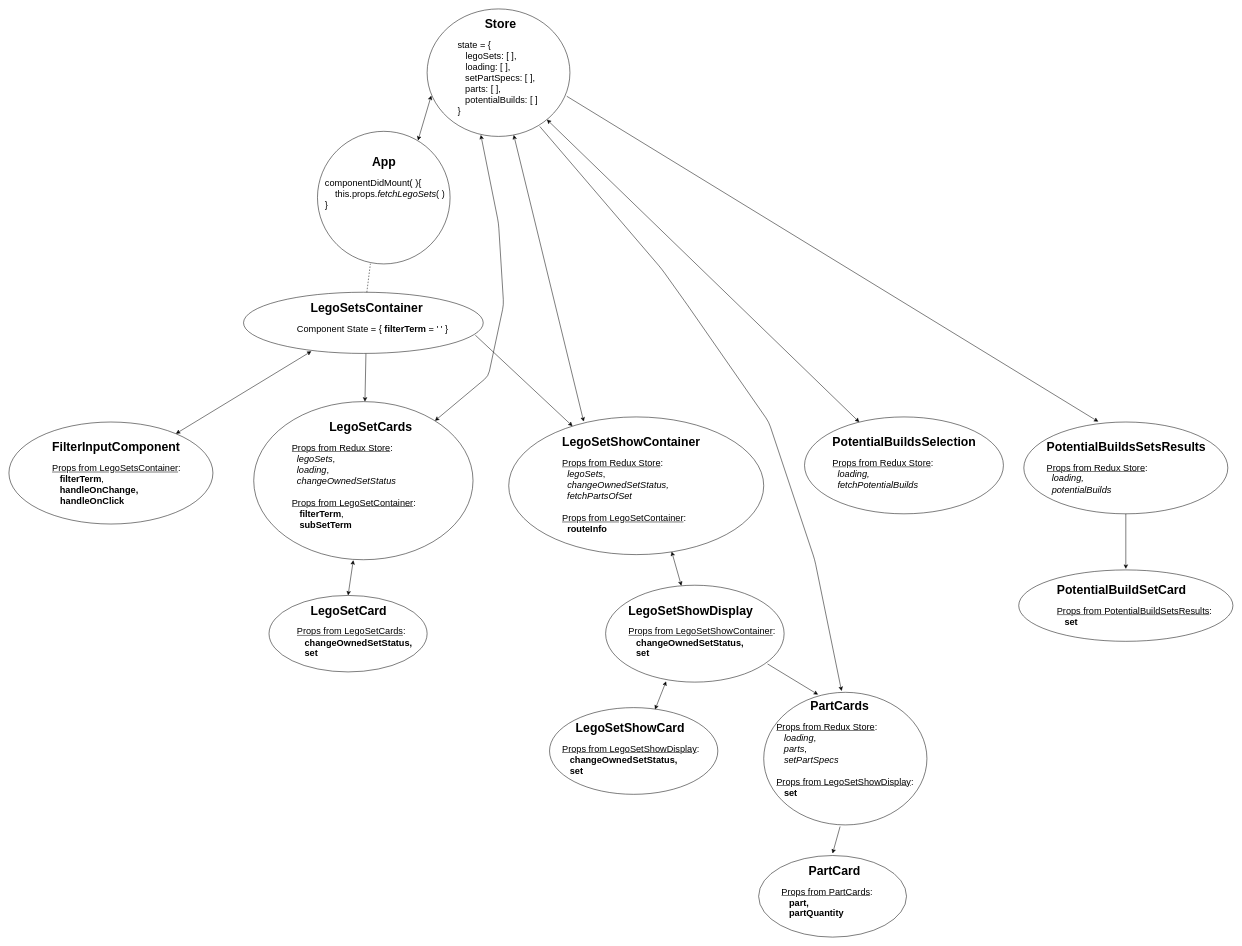
The draw.io diagram StateTreeDiagram.drawio in DavidRMorphew/my-bricks-app-frontend, before the edit. Source tidied: cells renumbered, new cells numbered last; positions are measured from the earlier drawing's top-left corner, leaving out a move shared by most shapes. Both pictures are drawn from the tidied source at 51%, with x=0, y=0 at pixel (9, 9).
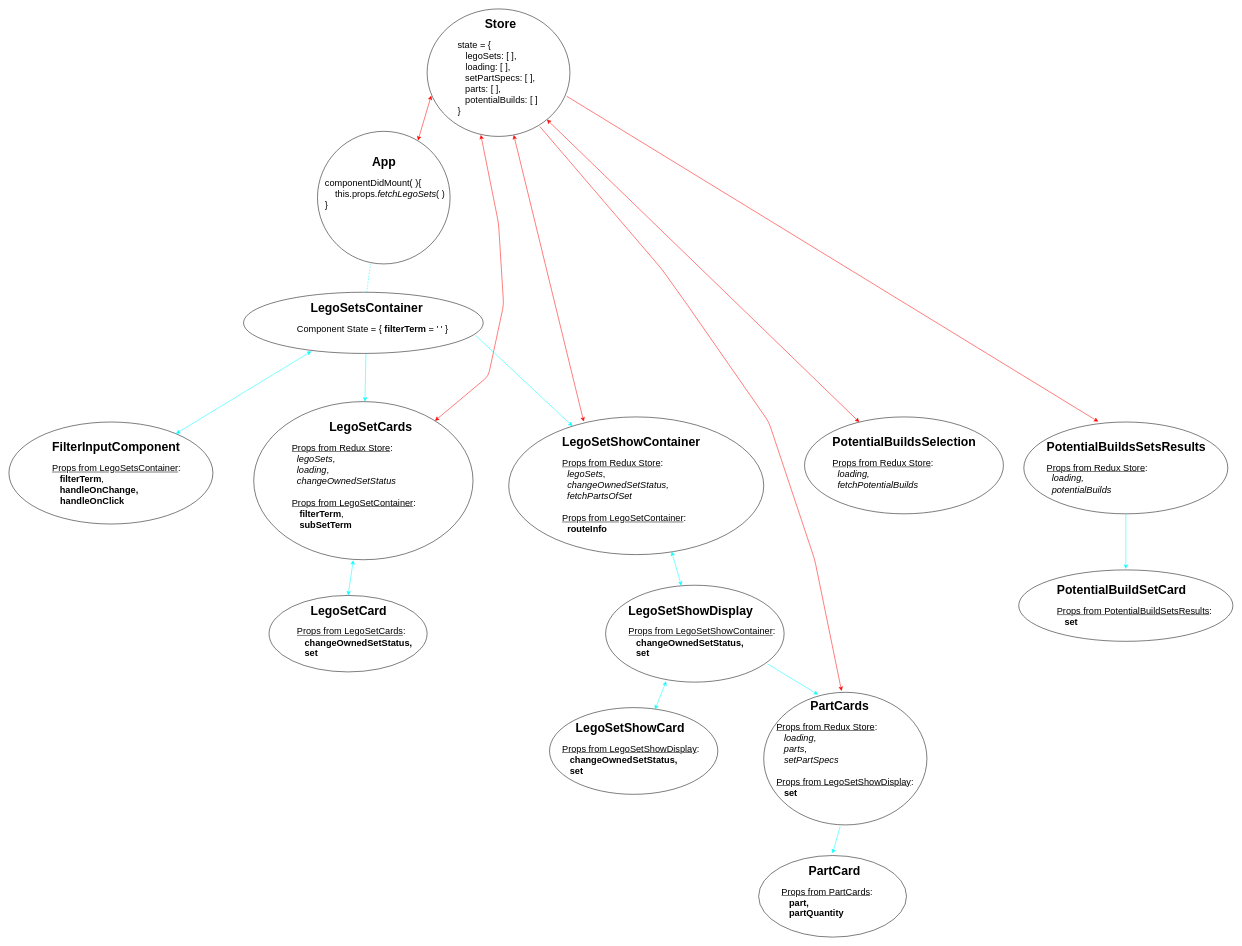
Above is the later version.

The change refers to these unchanged cells:
```xml
<mxCell id="2" style="ellipse;whiteSpace=wrap;html=1;" parent="1" vertex="1">
  <mxGeometry x="820" width="280" height="250" as="geometry" />
</mxCell>
<mxCell id="4" style="ellipse;whiteSpace=wrap;html=1;" parent="1" vertex="1">
  <mxGeometry x="460" y="555.5" width="470" height="120" as="geometry" />
</mxCell>
<mxCell id="7" style="ellipse;whiteSpace=wrap;html=1;" parent="1" vertex="1">
  <mxGeometry y="810" width="400" height="200" as="geometry" />
</mxCell>
<mxCell id="10" style="ellipse;whiteSpace=wrap;html=1;" parent="1" vertex="1">
  <mxGeometry x="605" y="240" width="260" height="260" as="geometry" />
</mxCell>
<mxCell id="12" style="ellipse;whiteSpace=wrap;html=1;" parent="1" vertex="1">
  <mxGeometry x="480" y="770" width="430" height="310" as="geometry" />
</mxCell>
<mxCell id="17" style="ellipse;whiteSpace=wrap;html=1;" parent="1" vertex="1">
  <mxGeometry x="980" y="800" width="500" height="270" as="geometry" />
</mxCell>
<mxCell id="21" style="ellipse;whiteSpace=wrap;html=1;" parent="1" vertex="1">
  <mxGeometry x="1560" y="800" width="390" height="190" as="geometry" />
</mxCell>
<mxCell id="24" style="ellipse;whiteSpace=wrap;html=1;" parent="1" vertex="1">
  <mxGeometry x="1990" y="810" width="400" height="180" as="geometry" />
</mxCell>
<mxCell id="31" style="ellipse;whiteSpace=wrap;html=1;" parent="1" vertex="1">
  <mxGeometry x="1170" y="1130" width="350" height="190" as="geometry" />
</mxCell>
<mxCell id="34" style="ellipse;whiteSpace=wrap;html=1;" parent="1" vertex="1">
  <mxGeometry x="1480" y="1340" width="320" height="260" as="geometry" />
</mxCell>
<mxCell id="35" style="ellipse;whiteSpace=wrap;html=1;" parent="1" vertex="1">
  <mxGeometry x="1060" y="1370" width="330" height="170" as="geometry" />
</mxCell>
<mxCell id="45" style="ellipse;whiteSpace=wrap;html=1;" parent="1" vertex="1">
  <mxGeometry x="510" y="1150" width="310" height="150" as="geometry" />
</mxCell>
```

Diff of the diagram source:
```diff
@@
-    <mxCell id="6" style="endArrow=none;dashed=1;html=1;entryX=0.399;entryY=0.999;entryDx=0;entryDy=0;entryPerimeter=0;" parent="1" edge="1" source="4" target="10">
+    <mxCell id="6" style="endArrow=none;dashed=1;html=1;entryX=0.399;entryY=0.999;entryDx=0;entryDy=0;entryPerimeter=0;strokeColor=#00FFFF;" parent="1" edge="1" source="4" target="10">
       <mxGeometry relative="1" as="geometry" />
     </mxCell>
@@
-    <mxCell id="9" style="endArrow=classic;startArrow=classic;html=1;entryX=0.283;entryY=0.965;entryDx=0;entryDy=0;entryPerimeter=0;" parent="1" edge="1" source="7" target="4">
+    <mxCell id="9" style="endArrow=classic;startArrow=classic;html=1;entryX=0.283;entryY=0.965;entryDx=0;entryDy=0;entryPerimeter=0;strokeColor=#00FFFF;" parent="1" edge="1" source="7" target="4">
       <mxGeometry relative="1" as="geometry" />
     </mxCell>
@@
-    <mxCell id="13" style="endArrow=classic;startArrow=classic;html=1;entryX=0.029;entryY=0.68;entryDx=0;entryDy=0;entryPerimeter=0;exitX=0.758;exitY=0.069;exitDx=0;exitDy=0;exitPerimeter=0;" parent="1" edge="1" source="10" target="2">
+    <mxCell id="13" style="endArrow=classic;startArrow=classic;html=1;entryX=0.029;entryY=0.68;entryDx=0;entryDy=0;entryPerimeter=0;exitX=0.758;exitY=0.069;exitDx=0;exitDy=0;exitPerimeter=0;strokeColor=#FF0000;" parent="1" edge="1" source="10" target="2">
       <mxGeometry relative="1" as="geometry" />
     </mxCell>
-    <mxCell id="14" style="endArrow=classic;startArrow=classic;html=1;exitX=0.376;exitY=0.988;exitDx=0;exitDy=0;exitPerimeter=0;" parent="1" edge="1" source="2" target="12">
+    <mxCell id="14" style="endArrow=classic;startArrow=classic;html=1;exitX=0.376;exitY=0.988;exitDx=0;exitDy=0;exitPerimeter=0;strokeColor=#FF0000;" parent="1" edge="1" source="2" target="12">
       <mxGeometry relative="1" as="geometry">
         <Array as="points">
           <mxPoint x="960" y="420" />
           <mxPoint x="970" y="580" />
           <mxPoint x="940" y="720" />
         </Array>
       </mxGeometry>
     </mxCell>
@@
-    <mxCell id="16" style="endArrow=classic;html=1;" parent="1" edge="1" target="12">
+    <mxCell id="16" style="endArrow=classic;html=1;strokeColor=#00FFFF;" parent="1" edge="1" target="12">
       <mxGeometry relative="1" as="geometry">
         <mxPoint x="700" y="676" as="sourcePoint" />
       </mxGeometry>
     </mxCell>
@@
-    <mxCell id="19" style="endArrow=classic;html=1;exitX=0.967;exitY=0.702;exitDx=0;exitDy=0;exitPerimeter=0;" parent="1" edge="1" source="4" target="17">
+    <mxCell id="19" style="endArrow=classic;html=1;exitX=0.967;exitY=0.702;exitDx=0;exitDy=0;exitPerimeter=0;strokeColor=#00FFFF;" parent="1" edge="1" source="4" target="17">
       <mxGeometry relative="1" as="geometry" />
     </mxCell>
-    <mxCell id="20" style="endArrow=classic;startArrow=classic;html=1;exitX=0.294;exitY=0.034;exitDx=0;exitDy=0;exitPerimeter=0;" parent="1" edge="1" source="17" target="2">
+    <mxCell id="20" style="endArrow=classic;startArrow=classic;html=1;exitX=0.294;exitY=0.034;exitDx=0;exitDy=0;exitPerimeter=0;strokeColor=#FF0000;" parent="1" edge="1" source="17" target="2">
       <mxGeometry relative="1" as="geometry" />
     </mxCell>
@@
-    <mxCell id="23" style="endArrow=classic;startArrow=classic;html=1;" parent="1" edge="1" source="2" target="21">
+    <mxCell id="23" style="endArrow=classic;startArrow=classic;html=1;strokeColor=#FF0000;" parent="1" edge="1" source="2" target="21">
       <mxGeometry relative="1" as="geometry" />
     </mxCell>
@@
-    <mxCell id="27" style="endArrow=classic;html=1;entryX=0.365;entryY=-0.004;entryDx=0;entryDy=0;entryPerimeter=0;exitX=0.978;exitY=0.685;exitDx=0;exitDy=0;exitPerimeter=0;" parent="1" edge="1" source="2" target="24">
+    <mxCell id="27" style="endArrow=classic;html=1;entryX=0.365;entryY=-0.004;entryDx=0;entryDy=0;entryPerimeter=0;exitX=0.978;exitY=0.685;exitDx=0;exitDy=0;exitPerimeter=0;strokeColor=#FF0000;" parent="1" edge="1" source="2" target="24">
       <mxGeometry relative="1" as="geometry" />
     </mxCell>
@@
-    <mxCell id="30" style="endArrow=classic;html=1;exitX=0.5;exitY=1;exitDx=0;exitDy=0;" parent="1" edge="1" source="24">
+    <mxCell id="30" style="endArrow=classic;html=1;exitX=0.5;exitY=1;exitDx=0;exitDy=0;strokeColor=#00FFFF;" parent="1" edge="1" source="24">
       <mxGeometry relative="1" as="geometry">
         <mxPoint x="2190" y="1098" as="targetPoint" />
       </mxGeometry>
     </mxCell>
@@
-    <mxCell id="33" style="endArrow=classic;startArrow=classic;html=1;entryX=0.639;entryY=0.978;entryDx=0;entryDy=0;entryPerimeter=0;" parent="1" edge="1" source="31" target="17">
+    <mxCell id="33" style="endArrow=classic;startArrow=classic;html=1;entryX=0.639;entryY=0.978;entryDx=0;entryDy=0;entryPerimeter=0;strokeColor=#00FFFF;" parent="1" edge="1" source="31" target="17">
       <mxGeometry relative="1" as="geometry" />
     </mxCell>
@@
-    <mxCell id="39" style="endArrow=classic;html=1;entryX=0.333;entryY=0.017;entryDx=0;entryDy=0;entryPerimeter=0;exitX=0.907;exitY=0.812;exitDx=0;exitDy=0;exitPerimeter=0;" parent="1" edge="1" source="31" target="34">
+    <mxCell id="39" style="endArrow=classic;html=1;entryX=0.333;entryY=0.017;entryDx=0;entryDy=0;entryPerimeter=0;exitX=0.907;exitY=0.812;exitDx=0;exitDy=0;exitPerimeter=0;strokeColor=#00FFFF;" parent="1" edge="1" source="31" target="34">
       <mxGeometry relative="1" as="geometry" />
     </mxCell>
@@
-    <mxCell id="42" style="endArrow=classic;html=1;exitX=0.468;exitY=1.012;exitDx=0;exitDy=0;exitPerimeter=0;" parent="1" edge="1" source="34">
+    <mxCell id="42" style="endArrow=classic;html=1;exitX=0.468;exitY=1.012;exitDx=0;exitDy=0;exitPerimeter=0;strokeColor=#00FFFF;" parent="1" edge="1" source="34">
       <mxGeometry relative="1" as="geometry">
         <mxPoint x="1615" y="1656" as="targetPoint" />
       </mxGeometry>
     </mxCell>
-    <mxCell id="43" style="endArrow=classic;html=1;entryX=0.477;entryY=-0.01;entryDx=0;entryDy=0;entryPerimeter=0;exitX=0.789;exitY=0.922;exitDx=0;exitDy=0;exitPerimeter=0;" parent="1" edge="1" source="2" target="34">
+    <mxCell id="43" style="endArrow=classic;html=1;entryX=0.477;entryY=-0.01;entryDx=0;entryDy=0;entryPerimeter=0;exitX=0.789;exitY=0.922;exitDx=0;exitDy=0;exitPerimeter=0;strokeColor=#FF0000;" parent="1" edge="1" source="2" target="34">
       <mxGeometry relative="1" as="geometry">
         <Array as="points">
           <mxPoint x="1280" y="510" />
           <mxPoint x="1330" y="580" />
           <mxPoint x="1490" y="810" />
           <mxPoint x="1580" y="1080" />
         </Array>
       </mxGeometry>
     </mxCell>
-    <mxCell id="44" style="endArrow=classic;startArrow=classic;html=1;exitX=0.627;exitY=0.021;exitDx=0;exitDy=0;exitPerimeter=0;entryX=0.339;entryY=0.992;entryDx=0;entryDy=0;entryPerimeter=0;" parent="1" edge="1" source="35" target="31">
+    <mxCell id="44" style="endArrow=classic;startArrow=classic;html=1;exitX=0.627;exitY=0.021;exitDx=0;exitDy=0;exitPerimeter=0;entryX=0.339;entryY=0.992;entryDx=0;entryDy=0;entryPerimeter=0;strokeColor=#00FFFF;" parent="1" edge="1" source="35" target="31">
       <mxGeometry relative="1" as="geometry" />
     </mxCell>
@@
-    <mxCell id="47" style="endArrow=classic;startArrow=classic;html=1;entryX=0.454;entryY=1.003;entryDx=0;entryDy=0;entryPerimeter=0;exitX=0.5;exitY=0;exitDx=0;exitDy=0;" parent="1" edge="1" source="45" target="12">
+    <mxCell id="47" style="endArrow=classic;startArrow=classic;html=1;entryX=0.454;entryY=1.003;entryDx=0;entryDy=0;entryPerimeter=0;exitX=0.5;exitY=0;exitDx=0;exitDy=0;strokeColor=#00FFFF;" parent="1" edge="1" source="45" target="12">
       <mxGeometry relative="1" as="geometry" />
     </mxCell>
```
